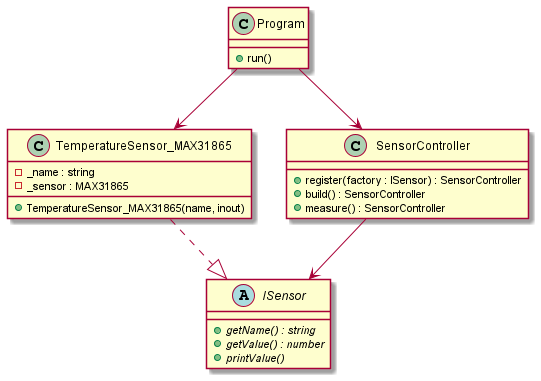
The PlantUML diagram out/diagrams/ClassDiagram/ClassDiagram.png in KretschiGL/RPi_SensorController, before a commit.
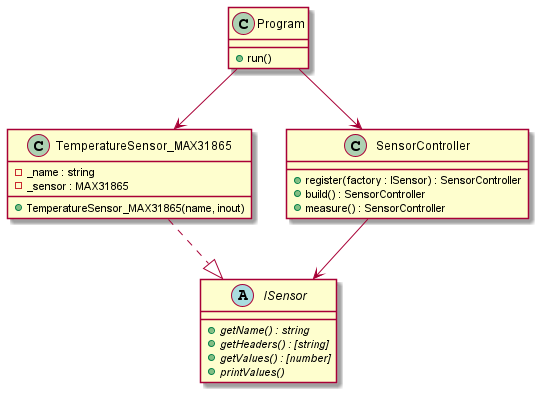
The same file after the commit.

What changed in the source:
```diff
@@ -2,8 +2,9 @@
 
 abstract class ISensor {
     + {abstract} getName() : string
-    + {abstract} getValue() : number
-    + {abstract} printValue()
+    + {abstract} getHeaders() : [string]
+    + {abstract} getValues() : [number]
+    + {abstract} printValues()
 }
 
 class TemperatureSensor_MAX31865 {
```
